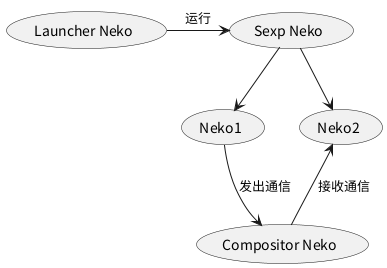
Earlier version of the PlantUML export docs/liquidneko_strcut.png (MinkieYume/LiquidNeko).
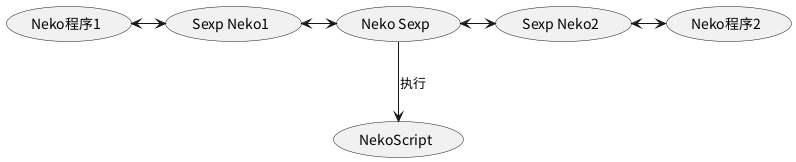
The same file after the commit.

The edit, as a diff of the source:
```diff
@@ -1,7 +1,7 @@
 @startuml
-(Launcher Neko) -> (Sexp Neko):运行
-(Sexp Neko) --> (Neko1)
-(Sexp Neko) --> (Neko2)
-(Neko1) --> (Compositor Neko):发出通信
-(Neko2) <-- (Compositor Neko):接收通信
+(Neko程序1) <-> (Sexp Neko1)
+(Sexp Neko1) <->  (Neko Sexp)
+(Neko Sexp) <-> (Sexp Neko2)
+(Sexp Neko2) <-> (Neko程序2)
+(Neko Sexp) --> (NekoScript) : 执行
 @enduml
```
